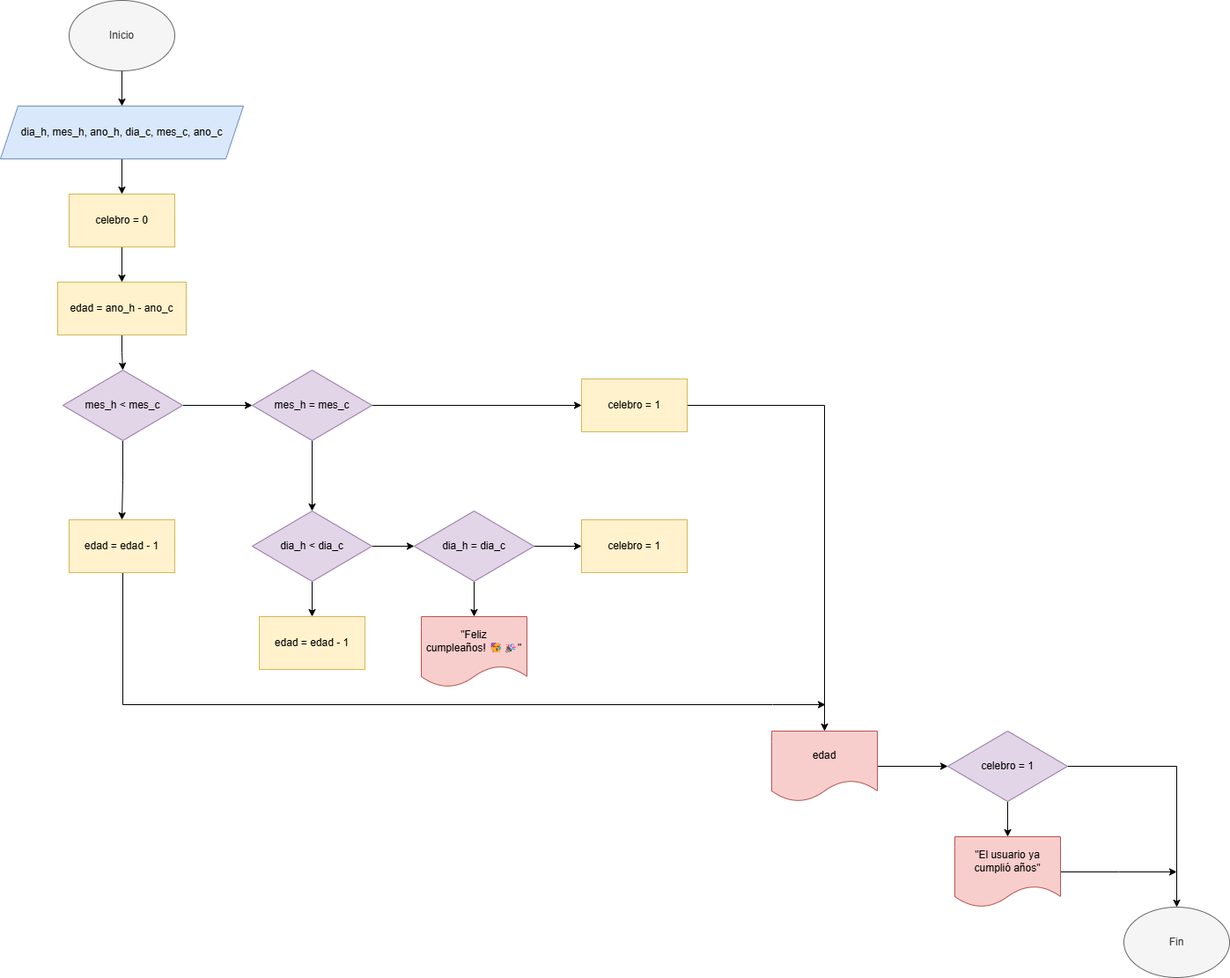
hacUPB/prog-2510-eval-u2-SantiagoRios514 keeps this draw.io diagram as Retos/images/Reto4.png. Above is the earlier version. Source tidied: cells renumbered, new cells last; positions are measured from the earlier drawing's top-left corner, leaving out a move shared by most shapes. The source it was exported from:
```xml
<mxGraphModel background="#ffffff">
  <root>
    <mxCell id="0" />
    <mxCell id="1" parent="0" />
    <mxCell id="2" style="edgeStyle=orthogonalEdgeStyle;rounded=0;jettySize=auto;html=1;" parent="1" edge="1" source="3" target="5">
      <mxGeometry relative="1" as="geometry" />
    </mxCell>
    <mxCell id="3" value="Inicio" style="ellipse;whiteSpace=wrap;html=1;fillColor=#f5f5f5;fontColor=#333333;strokeColor=#666666;" parent="1" vertex="1">
      <mxGeometry x="78" width="120" height="80" as="geometry" />
    </mxCell>
    <mxCell id="4" style="edgeStyle=orthogonalEdgeStyle;rounded=0;jettySize=auto;html=1;" parent="1" edge="1" source="5" target="7">
      <mxGeometry relative="1" as="geometry" />
    </mxCell>
    <mxCell id="5" value="dia_h, mes_h, ano_h, dia_c, mes_c, ano_c" style="shape=parallelogram;perimeter=parallelogramPerimeter;whiteSpace=wrap;html=1;fixedSize=1;fillColor=#dae8fc;strokeColor=#6c8ebf;" parent="1" vertex="1">
      <mxGeometry y="120" width="276" height="60" as="geometry" />
    </mxCell>
    <mxCell id="6" style="edgeStyle=orthogonalEdgeStyle;rounded=0;jettySize=auto;html=1;" parent="1" edge="1" source="7" target="9">
      <mxGeometry relative="1" as="geometry" />
    </mxCell>
    <mxCell id="7" value="celebro = 0" style="whiteSpace=wrap;html=1;fillColor=#fff2cc;strokeColor=#d6b656;" parent="1" vertex="1">
      <mxGeometry x="78" y="220" width="120" height="60" as="geometry" />
    </mxCell>
    <mxCell id="8" style="edgeStyle=orthogonalEdgeStyle;rounded=0;jettySize=auto;html=1;" parent="1" edge="1" source="9" target="12">
      <mxGeometry relative="1" as="geometry" />
    </mxCell>
    <mxCell id="9" value="edad =&amp;nbsp;ano_h - ano_c" style="whiteSpace=wrap;html=1;fillColor=#fff2cc;strokeColor=#d6b656;" parent="1" vertex="1">
      <mxGeometry x="65" y="320" width="146" height="60" as="geometry" />
    </mxCell>
    <mxCell id="10" style="edgeStyle=orthogonalEdgeStyle;rounded=0;jettySize=auto;html=1;" parent="1" edge="1" source="12" target="15">
      <mxGeometry relative="1" as="geometry" />
    </mxCell>
    <mxCell id="11" style="edgeStyle=orthogonalEdgeStyle;rounded=0;jettySize=auto;html=1;" parent="1" edge="1" source="12" target="28">
      <mxGeometry relative="1" as="geometry" />
    </mxCell>
    <mxCell id="12" value="mes_h &amp;lt; mes_c" style="rhombus;whiteSpace=wrap;html=1;fillColor=#e1d5e7;strokeColor=#9673a6;" parent="1" vertex="1">
      <mxGeometry x="71" y="420" width="136" height="80" as="geometry" />
    </mxCell>
    <mxCell id="13" style="edgeStyle=orthogonalEdgeStyle;rounded=0;jettySize=auto;html=1;" parent="1" edge="1" source="15" target="17">
      <mxGeometry relative="1" as="geometry" />
    </mxCell>
    <mxCell id="14" style="edgeStyle=orthogonalEdgeStyle;rounded=0;jettySize=auto;html=1;" parent="1" edge="1" source="15" target="20">
      <mxGeometry relative="1" as="geometry" />
    </mxCell>
    <mxCell id="15" value="mes_h = mes_c" style="rhombus;whiteSpace=wrap;html=1;fillColor=#e1d5e7;strokeColor=#9673a6;" parent="1" vertex="1">
      <mxGeometry x="286" y="420" width="136" height="80" as="geometry" />
    </mxCell>
    <mxCell id="16" style="edgeStyle=orthogonalEdgeStyle;rounded=0;jettySize=auto;html=1;entryX=0.5;entryY=0;entryDx=0;entryDy=0;" parent="1" edge="1" source="17" target="30">
      <mxGeometry relative="1" as="geometry" />
    </mxCell>
    <mxCell id="17" value="celebro = 1" style="whiteSpace=wrap;html=1;fillColor=#fff2cc;strokeColor=#d6b656;" parent="1" vertex="1">
      <mxGeometry x="660" y="430" width="120" height="60" as="geometry" />
    </mxCell>
    <mxCell id="18" style="edgeStyle=orthogonalEdgeStyle;rounded=0;jettySize=auto;html=1;" parent="1" edge="1" source="20" target="23">
      <mxGeometry relative="1" as="geometry" />
    </mxCell>
    <mxCell id="19" style="edgeStyle=orthogonalEdgeStyle;rounded=0;jettySize=auto;html=1;" parent="1" edge="1" source="20" target="26">
      <mxGeometry relative="1" as="geometry" />
    </mxCell>
    <mxCell id="20" value="dia_h &amp;lt; dia_c" style="rhombus;whiteSpace=wrap;html=1;fillColor=#e1d5e7;strokeColor=#9673a6;" parent="1" vertex="1">
      <mxGeometry x="286" y="580" width="136" height="80" as="geometry" />
    </mxCell>
    <mxCell id="21" style="edgeStyle=orthogonalEdgeStyle;rounded=0;jettySize=auto;html=1;" parent="1" edge="1" source="23" target="24">
      <mxGeometry relative="1" as="geometry" />
    </mxCell>
    <mxCell id="22" style="edgeStyle=orthogonalEdgeStyle;rounded=0;jettySize=auto;html=1;" parent="1" edge="1" source="23" target="25">
      <mxGeometry relative="1" as="geometry" />
    </mxCell>
    <mxCell id="23" value="dia_h = dia_c" style="rhombus;whiteSpace=wrap;html=1;fillColor=#e1d5e7;strokeColor=#9673a6;" parent="1" vertex="1">
      <mxGeometry x="470" y="580" width="136" height="80" as="geometry" />
    </mxCell>
    <mxCell id="24" value="celebro = 1" style="whiteSpace=wrap;html=1;fillColor=#fff2cc;strokeColor=#d6b656;" parent="1" vertex="1">
      <mxGeometry x="660" y="590" width="120" height="60" as="geometry" />
    </mxCell>
    <mxCell id="25" value="&quot;Feliz cumpleaños!&amp;nbsp;🥳🎉&quot;" style="shape=document;whiteSpace=wrap;html=1;boundedLbl=1;fillColor=#f8cecc;strokeColor=#b85450;" parent="1" vertex="1">
      <mxGeometry x="478" y="700" width="120" height="80" as="geometry" />
    </mxCell>
    <mxCell id="26" value="edad = edad - 1" style="whiteSpace=wrap;html=1;fillColor=#fff2cc;strokeColor=#d6b656;" parent="1" vertex="1">
      <mxGeometry x="294" y="700" width="120" height="60" as="geometry" />
    </mxCell>
    <mxCell id="27" style="edgeStyle=orthogonalEdgeStyle;rounded=0;orthogonalLoop=1;jettySize=auto;html=1;" parent="1" edge="1">
      <mxGeometry relative="1" as="geometry">
        <mxPoint x="139" y="620" as="sourcePoint" />
        <mxPoint x="937" y="800" as="targetPoint" />
        <Array as="points">
          <mxPoint x="139" y="800" />
          <mxPoint x="877" y="800" />
        </Array>
      </mxGeometry>
    </mxCell>
    <mxCell id="28" value="edad = edad - 1" style="whiteSpace=wrap;html=1;fillColor=#fff2cc;strokeColor=#d6b656;" parent="1" vertex="1">
      <mxGeometry x="78" y="590" width="120" height="60" as="geometry" />
    </mxCell>
    <mxCell id="29" style="edgeStyle=orthogonalEdgeStyle;rounded=0;jettySize=auto;html=1;" parent="1" edge="1" source="30" target="33">
      <mxGeometry relative="1" as="geometry" />
    </mxCell>
    <mxCell id="30" value="edad" style="shape=document;whiteSpace=wrap;html=1;boundedLbl=1;fillColor=#f8cecc;strokeColor=#b85450;" parent="1" vertex="1">
      <mxGeometry x="876" y="830" width="120" height="80" as="geometry" />
    </mxCell>
    <mxCell id="31" style="edgeStyle=orthogonalEdgeStyle;rounded=0;jettySize=auto;html=1;" parent="1" edge="1" source="33" target="35">
      <mxGeometry relative="1" as="geometry" />
    </mxCell>
    <mxCell id="32" style="edgeStyle=orthogonalEdgeStyle;rounded=0;jettySize=auto;html=1;entryX=0.5;entryY=0;entryDx=0;entryDy=0;" parent="1" edge="1" source="33" target="36">
      <mxGeometry relative="1" as="geometry" />
    </mxCell>
    <mxCell id="33" value="celebro = 1" style="rhombus;whiteSpace=wrap;html=1;fillColor=#e1d5e7;strokeColor=#9673a6;" parent="1" vertex="1">
      <mxGeometry x="1076" y="830" width="136" height="80" as="geometry" />
    </mxCell>
    <mxCell id="34" style="edgeStyle=orthogonalEdgeStyle;rounded=0;jettySize=auto;html=1;" parent="1" edge="1" source="35">
      <mxGeometry relative="1" as="geometry">
        <mxPoint x="1336" y="990" as="targetPoint" />
      </mxGeometry>
    </mxCell>
    <mxCell id="35" value="&quot;El usuario ya cumplió años&quot;" style="shape=document;whiteSpace=wrap;html=1;boundedLbl=1;fillColor=#f8cecc;strokeColor=#b85450;" parent="1" vertex="1">
      <mxGeometry x="1084" y="950" width="120" height="80" as="geometry" />
    </mxCell>
    <mxCell id="36" value="Fin" style="ellipse;whiteSpace=wrap;html=1;fillColor=#f5f5f5;fontColor=#333333;strokeColor=#666666;" parent="1" vertex="1">
      <mxGeometry x="1276" y="1030" width="120" height="80" as="geometry" />
    </mxCell>
  </root>
</mxGraphModel>
```
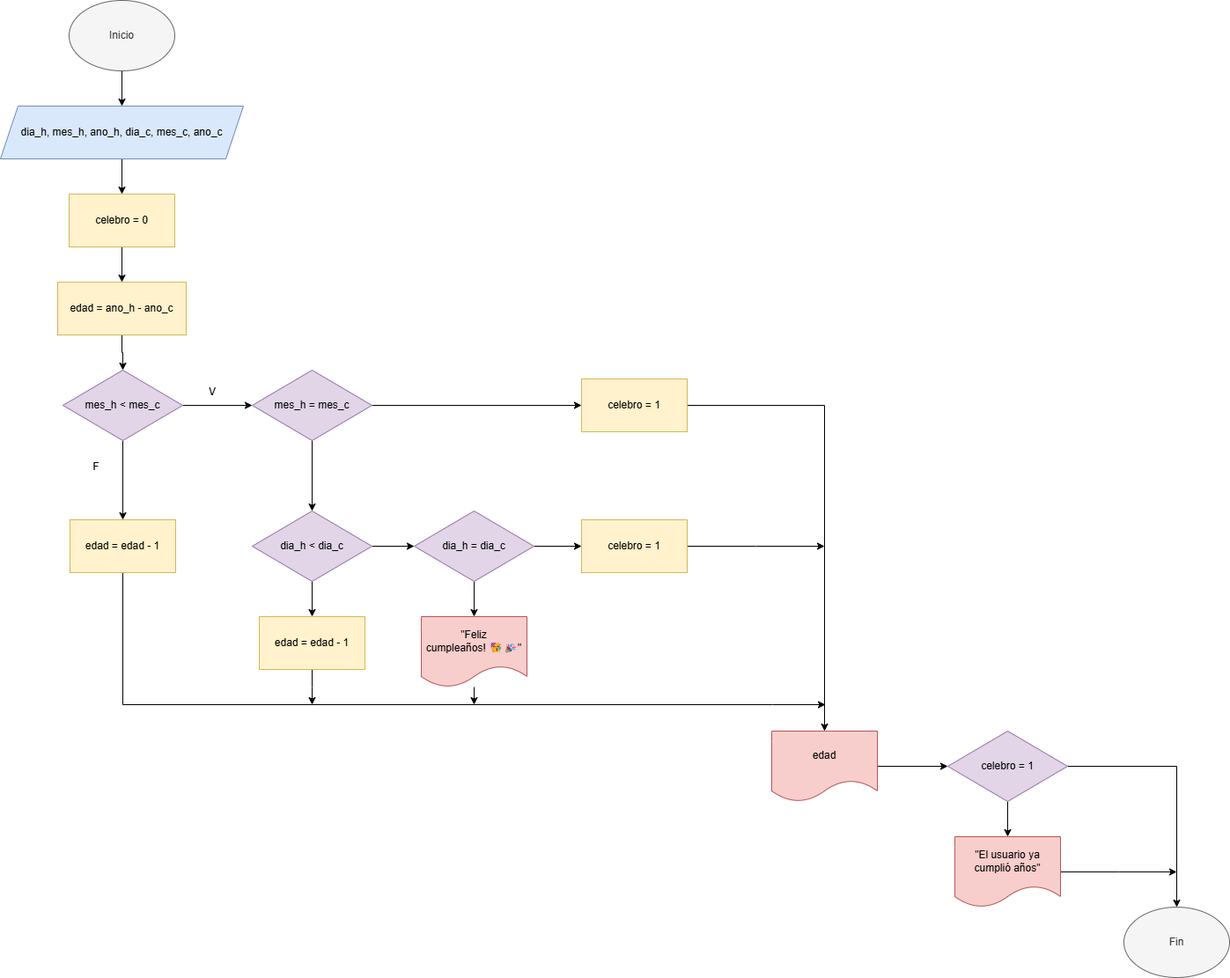
Above is the later version.

Change to the diagram source:
```diff
@@ -68,12 +68,27 @@
     <mxCell id="23" value="dia_h = dia_c" style="rhombus;whiteSpace=wrap;html=1;fillColor=#e1d5e7;strokeColor=#9673a6;" parent="1" vertex="1">
       <mxGeometry x="470" y="580" width="136" height="80" as="geometry" />
     </mxCell>
+    <mxCell id="37" style="edgeStyle=orthogonalEdgeStyle;rounded=0;jettySize=auto;html=1;" parent="1" edge="1" source="24">
+      <mxGeometry relative="1" as="geometry">
+        <mxPoint x="936" y="620" as="targetPoint" />
+      </mxGeometry>
+    </mxCell>
     <mxCell id="24" value="celebro = 1" style="whiteSpace=wrap;html=1;fillColor=#fff2cc;strokeColor=#d6b656;" parent="1" vertex="1">
       <mxGeometry x="660" y="590" width="120" height="60" as="geometry" />
     </mxCell>
+    <mxCell id="38" style="edgeStyle=orthogonalEdgeStyle;rounded=0;jettySize=auto;html=1;" parent="1" edge="1" source="25">
+      <mxGeometry relative="1" as="geometry">
+        <mxPoint x="538" y="800" as="targetPoint" />
+      </mxGeometry>
+    </mxCell>
     <mxCell id="25" value="&quot;Feliz cumpleaños!&amp;nbsp;🥳🎉&quot;" style="shape=document;whiteSpace=wrap;html=1;boundedLbl=1;fillColor=#f8cecc;strokeColor=#b85450;" parent="1" vertex="1">
       <mxGeometry x="478" y="700" width="120" height="80" as="geometry" />
     </mxCell>
+    <mxCell id="39" style="edgeStyle=orthogonalEdgeStyle;rounded=0;jettySize=auto;html=1;" parent="1" edge="1" source="26">
+      <mxGeometry relative="1" as="geometry">
+        <mxPoint x="354" y="800" as="targetPoint" />
+      </mxGeometry>
+    </mxCell>
     <mxCell id="26" value="edad = edad - 1" style="whiteSpace=wrap;html=1;fillColor=#fff2cc;strokeColor=#d6b656;" parent="1" vertex="1">
       <mxGeometry x="294" y="700" width="120" height="60" as="geometry" />
     </mxCell>
@@ -88,7 +103,7 @@
       </mxGeometry>
     </mxCell>
     <mxCell id="28" value="edad = edad - 1" style="whiteSpace=wrap;html=1;fillColor=#fff2cc;strokeColor=#d6b656;" parent="1" vertex="1">
-      <mxGeometry x="78" y="590" width="120" height="60" as="geometry" />
+      <mxGeometry x="79" y="590" width="120" height="60" as="geometry" />
     </mxCell>
     <mxCell id="29" style="edgeStyle=orthogonalEdgeStyle;rounded=0;jettySize=auto;html=1;" parent="1" edge="1" source="30" target="33">
       <mxGeometry relative="1" as="geometry" />
@@ -116,5 +131,11 @@
     <mxCell id="36" value="Fin" style="ellipse;whiteSpace=wrap;html=1;fillColor=#f5f5f5;fontColor=#333333;strokeColor=#666666;" parent="1" vertex="1">
       <mxGeometry x="1276" y="1030" width="120" height="80" as="geometry" />
     </mxCell>
+    <mxCell id="40" value="V" style="text;html=1;align=center;verticalAlign=middle;whiteSpace=wrap;rounded=0;" parent="1" vertex="1">
+      <mxGeometry x="211" y="430" width="60" height="30" as="geometry" />
+    </mxCell>
+    <mxCell id="41" value="F" style="text;html=1;align=center;verticalAlign=middle;whiteSpace=wrap;rounded=0;" parent="1" vertex="1">
+      <mxGeometry x="79" y="515" width="60" height="30" as="geometry" />
+    </mxCell>
   </root>
 </mxGraphModel>
```
